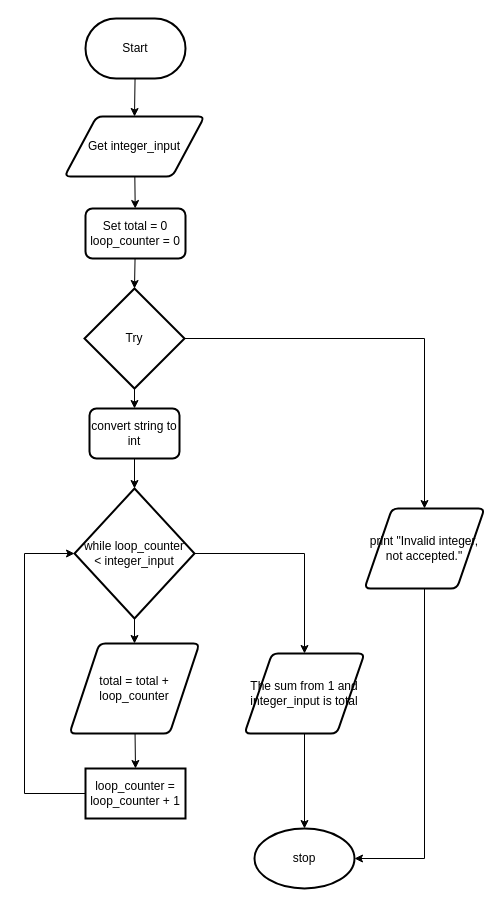
The draw.io diagram Draw.io/Flowchart.drawio in Peter-Gemmell/ICS3U-Unit4-01-Python, before the edit. Source tidied: cells renumbered, new cells numbered last; positions are measured from the earlier drawing's top-left corner, leaving out a move shared by most shapes. Both pictures are drawn from the tidied source at 100%, with x=0, y=0 at pixel (24, 18).
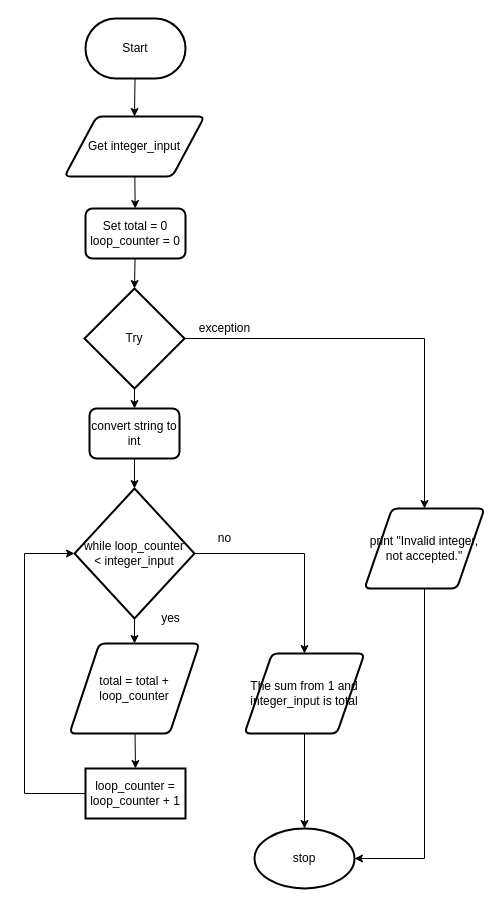
The same diagram, later.

Change to the diagram source:
```diff
@@
+    <mxCell id="25" value="yes" style="text;html=1;align=center;verticalAlign=middle;strokeColor=none;fillColor=none;" parent="1" vertex="1">
+      <mxGeometry x="131" y="590" width="30" height="20" as="geometry" />
+    </mxCell>
+    <mxCell id="26" value="no" style="text;html=1;align=center;verticalAlign=middle;strokeColor=none;fillColor=none;" parent="1" vertex="1">
+      <mxGeometry x="185" y="510" width="30" height="20" as="geometry" />
+    </mxCell>
+    <mxCell id="27" value="exception" style="text;html=1;align=center;verticalAlign=middle;strokeColor=none;fillColor=none;" parent="1" vertex="1">
+      <mxGeometry x="165" y="300" width="70" height="20" as="geometry" />
+    </mxCell>
```
